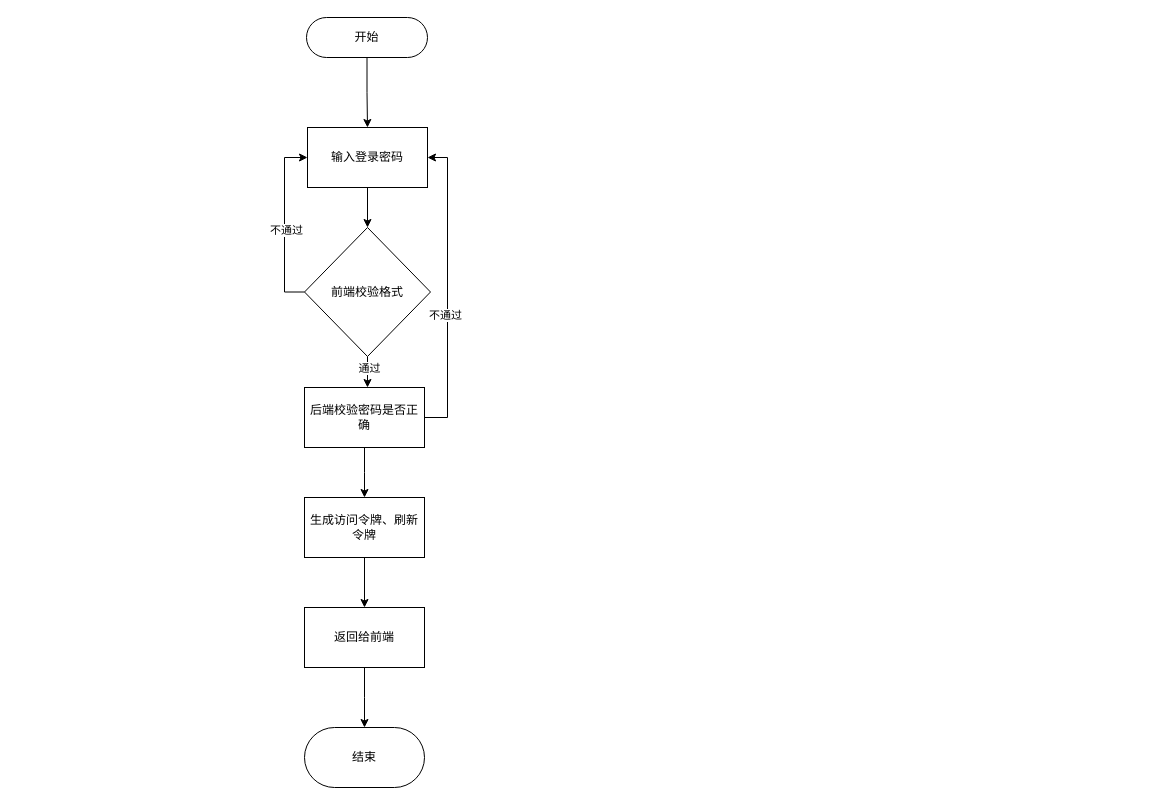
Earlier version of the draw.io diagram 登录流程.drawio (Qiksy/drawio). Source tidied: cells renumbered, new cells numbered last; positions are measured from the earlier drawing's top-left corner, leaving out a move shared by most shapes. Both pictures are drawn from the tidied source at 100%, with x=0, y=0 at pixel (304, 17).
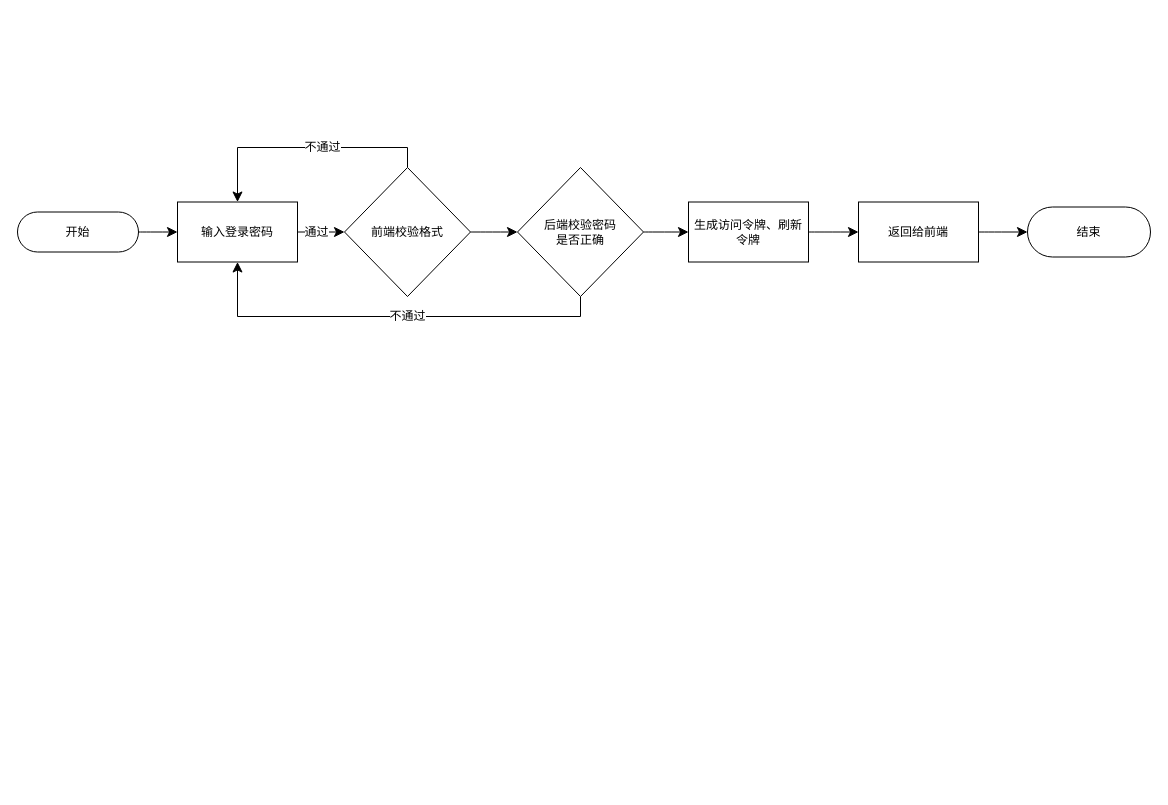
After the change.

Commit message:
更新登录流程.drawio

Change to the diagram source:
```diff
@@
-    <mxCell id="2" style="edgeStyle=orthogonalEdgeStyle;rounded=0;jettySize=auto;html=1;exitX=0.5;exitY=1;exitDx=0;exitDy=0;entryX=0.5;entryY=0;entryDx=0;entryDy=0;" parent="1" edge="1" source="3" target="5">
+    <mxCell id="2" style="edgeStyle=none;curved=1;rounded=0;jettySize=auto;html=1;fontSize=12;startSize=8;endSize=8;" parent="1" edge="1" source="3" target="5">
       <mxGeometry relative="1" as="geometry" />
     </mxCell>
     <mxCell id="3" value="开始" style="rounded=1;whiteSpace=wrap;html=1;arcSize=50;" parent="1" vertex="1">
-      <mxGeometry x="2" width="121" height="40" as="geometry" />
+      <mxGeometry x="-287" y="194.5" width="121" height="40" as="geometry" />
     </mxCell>
-    <mxCell id="4" style="edgeStyle=orthogonalEdgeStyle;rounded=0;jettySize=auto;html=1;exitX=0.5;exitY=1;exitDx=0;exitDy=0;entryX=0.5;entryY=0;entryDx=0;entryDy=0;" parent="1" edge="1" source="5" target="10">
+    <mxCell id="4" style="edgeStyle=none;curved=1;rounded=0;jettySize=auto;html=1;entryX=0;entryY=0.5;entryDx=0;entryDy=0;fontSize=12;startSize=8;endSize=8;" parent="1" edge="1" source="5" target="10">
       <mxGeometry relative="1" as="geometry" />
     </mxCell>
+    <mxCell id="9" value="通过" style="edgeLabel;html=1;align=center;verticalAlign=middle;fontSize=12;" parent="4" vertex="1">
+      <mxGeometry x="-0.25" relative="1" as="geometry" />
+    </mxCell>
     <mxCell id="5" value="输入登录密码" style="rounded=0;whiteSpace=wrap;html=1;" parent="1" vertex="1">
-      <mxGeometry x="3" y="110" width="120" height="60" as="geometry" />
+      <mxGeometry x="-127" y="184.5" width="120" height="60" as="geometry" />
     </mxCell>
+    <mxCell id="20" style="edgeStyle=none;curved=1;rounded=0;jettySize=auto;html=1;entryX=0;entryY=0.5;entryDx=0;entryDy=0;fontSize=12;startSize=8;endSize=8;" parent="1" edge="1" source="10" target="26">
+      <mxGeometry relative="1" as="geometry" />
+    </mxCell>
-    <mxCell id="6" style="edgeStyle=orthogonalEdgeStyle;rounded=0;jettySize=auto;html=1;exitX=0;exitY=0.5;exitDx=0;exitDy=0;entryX=0;entryY=0.5;entryDx=0;entryDy=0;" parent="1" edge="1" source="10" target="5">
+    <mxCell id="6" style="edgeStyle=orthogonalEdgeStyle;rounded=0;jettySize=auto;html=1;entryX=0.5;entryY=0;entryDx=0;entryDy=0;fontSize=12;startSize=8;endSize=8;exitX=0.5;exitY=0;exitDx=0;exitDy=0;" parent="1" edge="1" source="10" target="5">
       <mxGeometry relative="1" as="geometry" />
     </mxCell>
-    <mxCell id="7" value="不通过" style="edgeLabel;html=1;align=center;verticalAlign=middle;" parent="6" vertex="1">
-      <mxGeometry x="-0.08" y="-1" relative="1" as="geometry" />
-    </mxCell>
-    <mxCell id="8" style="edgeStyle=orthogonalEdgeStyle;rounded=0;jettySize=auto;html=1;exitX=0.5;exitY=1;exitDx=0;exitDy=0;" parent="1" edge="1" source="10">
-      <mxGeometry relative="1" as="geometry">
-        <mxPoint x="63" y="370" as="targetPoint" />
-      </mxGeometry>
-    </mxCell>
-    <mxCell id="9" value="通过" style="edgeLabel;html=1;align=center;verticalAlign=middle;" parent="8" vertex="1">
-      <mxGeometry x="-0.29" y="1" relative="1" as="geometry" />
-    </mxCell>
+    <mxCell id="21" value="不通过" style="edgeLabel;html=1;align=center;verticalAlign=middle;fontSize=12;" parent="6" vertex="1">
+      <mxGeometry x="-0.13" y="-1" relative="1" as="geometry" />
+    </mxCell>
     <mxCell id="10" value="前端校验格式" style="rhombus;whiteSpace=wrap;html=1;" parent="1" vertex="1">
-      <mxGeometry y="210" width="126" height="129" as="geometry" />
+      <mxGeometry x="40" y="150" width="126" height="129" as="geometry" />
     </mxCell>
-    <mxCell id="11" style="edgeStyle=orthogonalEdgeStyle;rounded=0;jettySize=auto;html=1;exitX=0.5;exitY=1;exitDx=0;exitDy=0;" parent="1" edge="1" source="14">
-      <mxGeometry relative="1" as="geometry">
-        <mxPoint x="60" y="480" as="targetPoint" />
-      </mxGeometry>
-    </mxCell>
-    <mxCell id="12" style="edgeStyle=orthogonalEdgeStyle;rounded=0;jettySize=auto;html=1;exitX=1;exitY=0.5;exitDx=0;exitDy=0;entryX=1;entryY=0.5;entryDx=0;entryDy=0;" parent="1" edge="1" source="14" target="5">
-      <mxGeometry relative="1" as="geometry" />
-    </mxCell>
-    <mxCell id="13" value="不通过" style="edgeLabel;html=1;align=center;verticalAlign=middle;" parent="12" vertex="1">
-      <mxGeometry x="-0.17" y="3" relative="1" as="geometry" />
-    </mxCell>
-    <mxCell id="14" value="后端校验密码是否正确" style="rounded=0;whiteSpace=wrap;html=1;" parent="1" vertex="1">
-      <mxGeometry y="370" width="120" height="60" as="geometry" />
-    </mxCell>
-    <mxCell id="15" style="edgeStyle=orthogonalEdgeStyle;rounded=0;jettySize=auto;html=1;exitX=0.5;exitY=1;exitDx=0;exitDy=0;entryX=0.5;entryY=0;entryDx=0;entryDy=0;" parent="1" edge="1" source="16" target="18">
+    <mxCell id="15" style="edgeStyle=none;curved=1;rounded=0;jettySize=auto;html=1;entryX=0;entryY=0.5;entryDx=0;entryDy=0;fontSize=12;startSize=8;endSize=8;" parent="1" edge="1" source="16" target="18">
       <mxGeometry relative="1" as="geometry" />
     </mxCell>
     <mxCell id="16" value="生成访问令牌、刷新令牌" style="rounded=0;whiteSpace=wrap;html=1;" parent="1" vertex="1">
-      <mxGeometry y="480" width="120" height="60" as="geometry" />
+      <mxGeometry x="384" y="184.5" width="120" height="60" as="geometry" />
     </mxCell>
-    <mxCell id="17" style="edgeStyle=orthogonalEdgeStyle;rounded=0;jettySize=auto;html=1;" parent="1" edge="1" source="18">
-      <mxGeometry relative="1" as="geometry">
-        <mxPoint x="60" y="710" as="targetPoint" />
-      </mxGeometry>
-    </mxCell>
+    <mxCell id="22" style="edgeStyle=none;curved=1;rounded=0;jettySize=auto;html=1;entryX=0;entryY=0.5;entryDx=0;entryDy=0;fontSize=12;startSize=8;endSize=8;" parent="1" edge="1" source="18" target="19">
+      <mxGeometry relative="1" as="geometry" />
+    </mxCell>
     <mxCell id="18" value="返回给前端" style="rounded=0;whiteSpace=wrap;html=1;" parent="1" vertex="1">
-      <mxGeometry y="590" width="120" height="60" as="geometry" />
+      <mxGeometry x="554" y="184.5" width="120" height="60" as="geometry" />
     </mxCell>
     <mxCell id="19" value="结束" style="rounded=1;whiteSpace=wrap;html=1;arcSize=50;" parent="1" vertex="1">
-      <mxGeometry y="710" width="120" height="60" as="geometry" />
+      <mxGeometry x="723" y="189.5" width="123" height="50" as="geometry" />
     </mxCell>
+    <mxCell id="23" style="edgeStyle=none;curved=1;rounded=0;jettySize=auto;html=1;exitX=1;exitY=0.5;exitDx=0;exitDy=0;fontSize=12;startSize=8;endSize=8;" parent="1" edge="1" source="26" target="16">
+      <mxGeometry relative="1" as="geometry" />
+    </mxCell>
+    <mxCell id="24" style="edgeStyle=orthogonalEdgeStyle;rounded=0;jettySize=auto;html=1;entryX=0.5;entryY=1;entryDx=0;entryDy=0;fontSize=12;startSize=8;endSize=8;exitX=0.5;exitY=1;exitDx=0;exitDy=0;" parent="1" edge="1" source="26" target="5">
+      <mxGeometry relative="1" as="geometry" />
+    </mxCell>
+    <mxCell id="25" value="不通过" style="edgeLabel;html=1;align=center;verticalAlign=middle;fontSize=12;" parent="24" vertex="1">
+      <mxGeometry x="-0.07" y="-1" relative="1" as="geometry" />
+    </mxCell>
+    <mxCell id="26" value="后端校验密码&lt;div&gt;是否正确&lt;/div&gt;" style="rhombus;whiteSpace=wrap;html=1;" parent="1" vertex="1">
+      <mxGeometry x="213" y="150" width="126" height="129" as="geometry" />
+    </mxCell>
```
